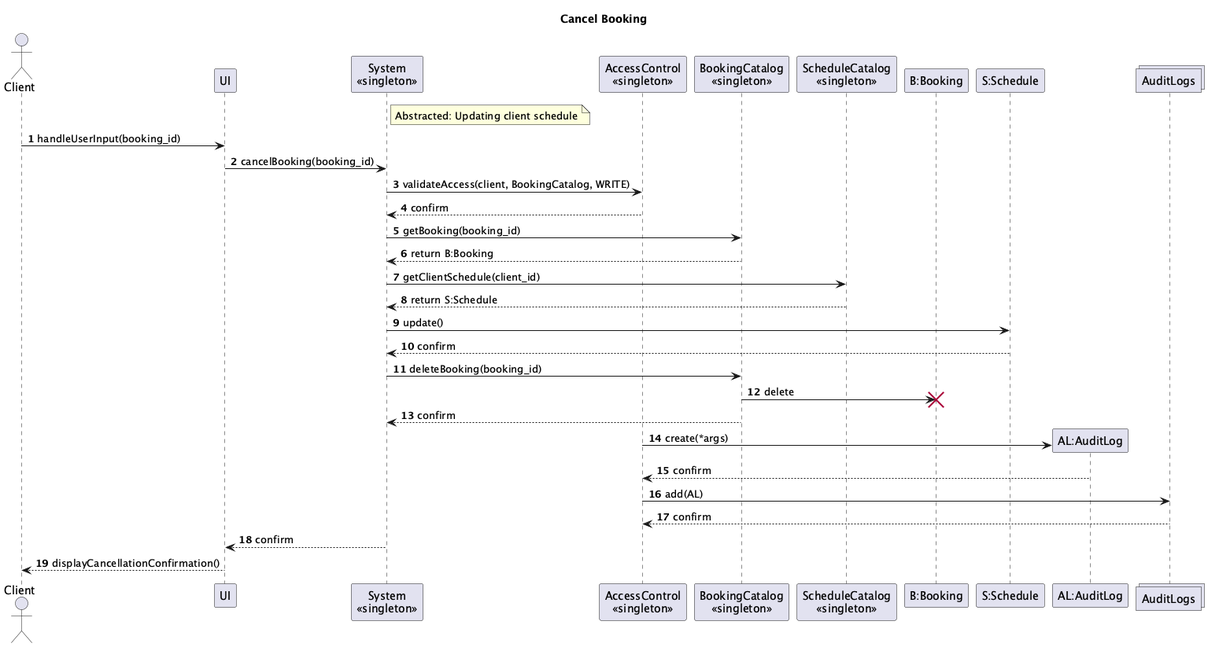
vibqetowi/soen-342-project keeps this PlantUML diagram as System-Diagrams/UML Interaction/Client/Client-Interactions_003.png. Above is the earlier version.
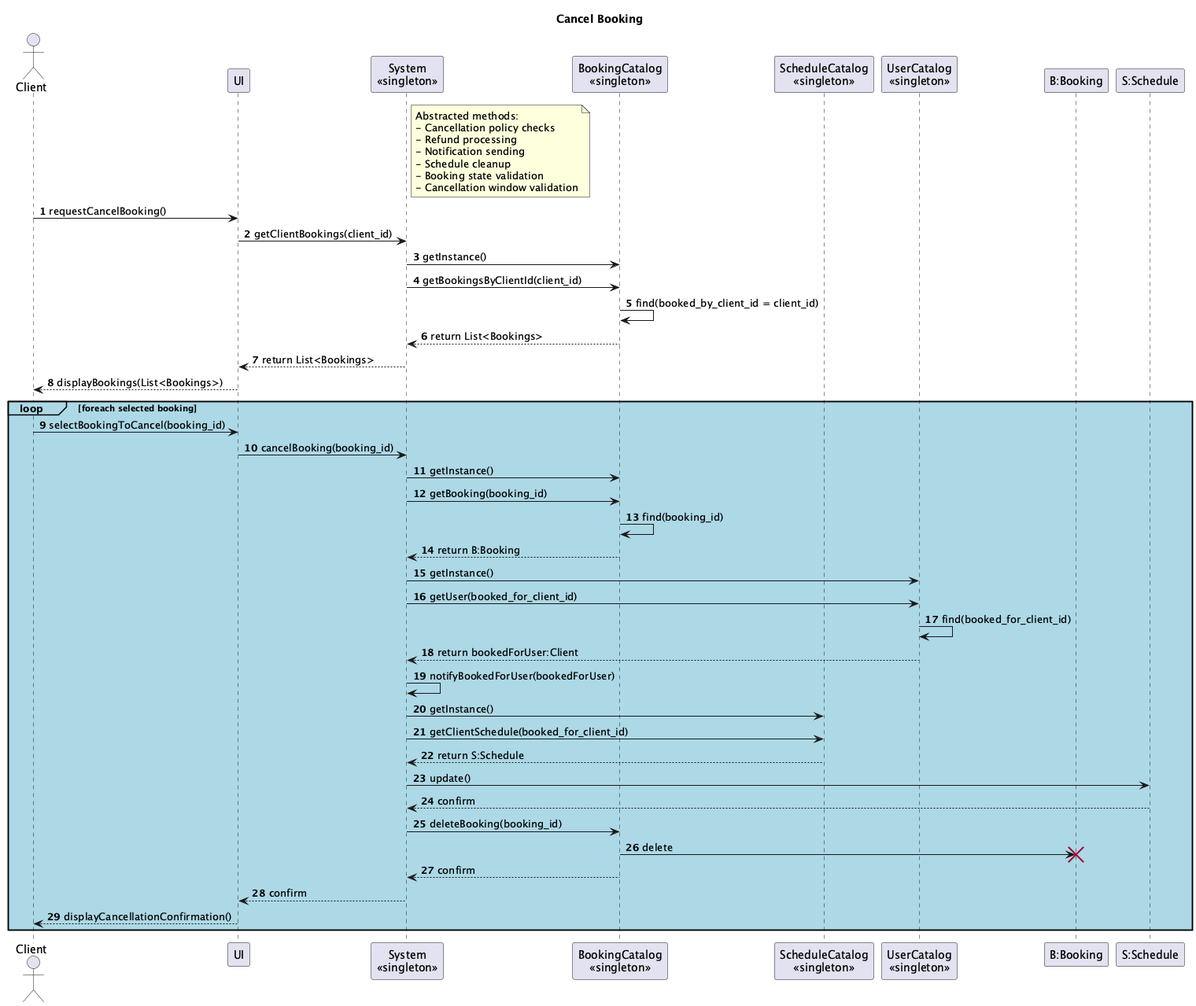
Later version of the same file.

The edit, as a diff of the source:
```diff
@@ -1,48 +1,57 @@
 @startuml
 title Cancel Booking
-
 actor Client
 participant UI
 participant "System\n<<singleton>>" as System
-participant "AccessControl\n<<singleton>>" as AccessControl
 participant "BookingCatalog\n<<singleton>>" as BookingCatalog
 participant "ScheduleCatalog\n<<singleton>>" as ScheduleCatalog
+participant "UserCatalog\n<<singleton>>" as UserCatalog
 participant "B:Booking" as Booking
 participant "S:Schedule" as Schedule
-participant "AL:AuditLog" as AuditLog
-collections AuditLogs
+
+note right of System
+Abstracted methods:
+- Cancellation policy checks
+- Refund processing
+- Notification sending
+- Schedule cleanup
+- Booking state validation
+- Cancellation window validation
+end note
 
 autonumber
+Client -> UI: requestCancelBooking()
+UI -> System: getClientBookings(client_id)
+System -> BookingCatalog: getInstance()
+System -> BookingCatalog: getBookingsByClientId(client_id)
+BookingCatalog -> BookingCatalog: find(booked_by_client_id = client_id)
+BookingCatalog --> System: return List<Bookings>
+System --> UI: return List<Bookings>
+UI --> Client: displayBookings(List<Bookings>)
 
-note right of System
-Abstracted: Updating client schedule
-end note
+loop#LightBlue #LightBlue foreach selected booking
+    Client -> UI: selectBookingToCancel(booking_id)
+    UI -> System: cancelBooking(booking_id)
+    System -> BookingCatalog: getInstance()
+    System -> BookingCatalog: getBooking(booking_id)
+    BookingCatalog -> BookingCatalog: find(booking_id)
+    BookingCatalog --> System: return B:Booking
 
-Client -> UI: handleUserInput(booking_id)
-UI -> System: cancelBooking(booking_id)
+    System -> UserCatalog: getInstance()
+    System -> UserCatalog: getUser(booked_for_client_id)
+    UserCatalog -> UserCatalog: find(booked_for_client_id)
+    UserCatalog --> System: return bookedForUser:Client
+    System -> System: notifyBookedForUser(bookedForUser)
 
-System -> AccessControl: validateAccess(client, BookingCatalog, WRITE)
-AccessControl --> System: confirm
-
-System -> BookingCatalog: getBooking(booking_id)
-BookingCatalog --> System: return B:Booking
-
-System -> ScheduleCatalog: getClientSchedule(client_id)
-ScheduleCatalog --> System: return S:Schedule
-
-System -> Schedule: update()
-Schedule --> System: confirm
-
-System -> BookingCatalog: deleteBooking(booking_id)
-BookingCatalog -> Booking !!: delete
-BookingCatalog --> System: confirm
-
-AccessControl -> AuditLog **: create(*args)
-AuditLog --> AccessControl: confirm
-AccessControl -> AuditLogs: add(AL)
-AuditLogs --> AccessControl: confirm
-
-System --> UI: confirm
-UI --> Client: displayCancellationConfirmation()
-
+    System -> ScheduleCatalog: getInstance()
+    System -> ScheduleCatalog: getClientSchedule(booked_for_client_id)
+    ScheduleCatalog --> System: return S:Schedule
+    System -> Schedule: update()
+    Schedule --> System: confirm
+    System -> BookingCatalog: deleteBooking(booking_id)
+    BookingCatalog -> Booking !!: delete
+    BookingCatalog --> System: confirm
+    System --> UI: confirm
+    UI --> Client: displayCancellationConfirmation()
+end
 @enduml
```
